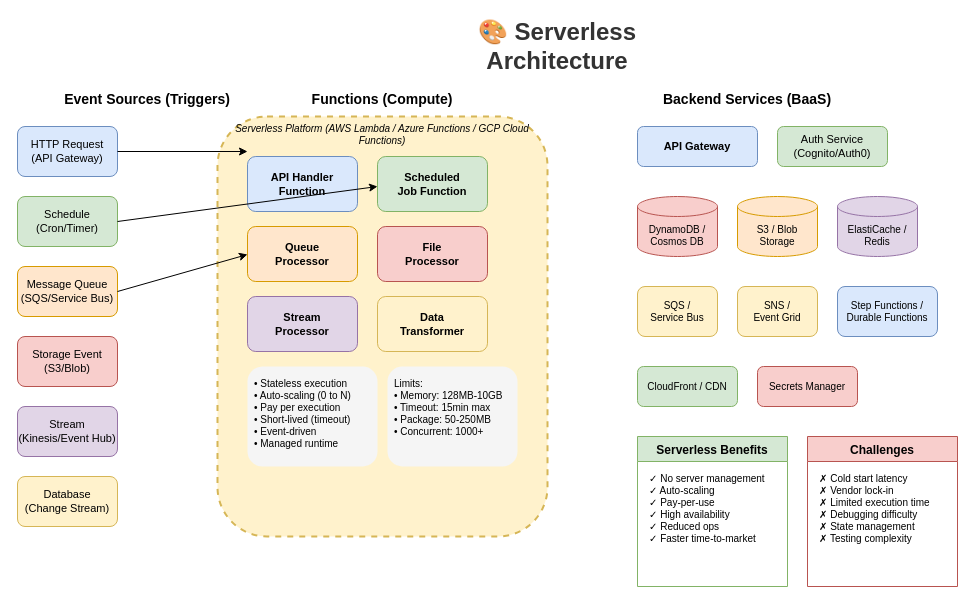
Earlier version of the draw.io diagram lesson-01-software-design-architecture/diagrams/2.4-serverless-architecture.drawio (MrParkerZ7/document-lesson-software-architect-x-claude). Source tidied: cells renumbered, new cells numbered last; positions are measured from the earlier drawing's top-left corner, leaving out a move shared by most shapes. Both pictures are drawn from the tidied source at 100%, with x=0, y=0 at pixel (17, 26).
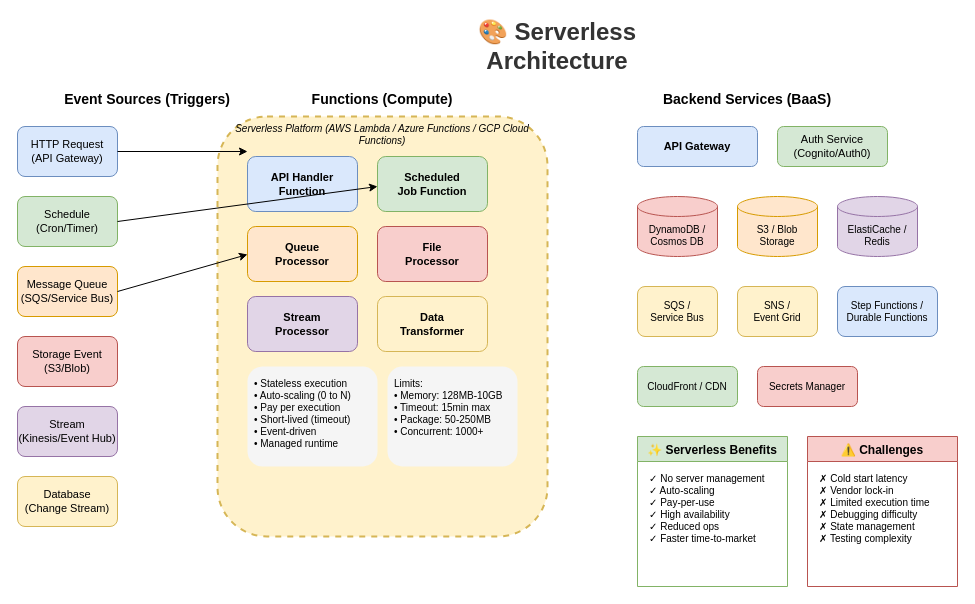
The same page after the edit.

The edit, as a diff of the source:
```diff
@@
-    <mxCell id="35" value="Serverless Benefits" style="swimlane;fontStyle=1;align=center;verticalAlign=top;horizontal=1;startSize=25;fillColor=#d5e8d4;strokeColor=#82b366;" parent="1" vertex="1">
+    <mxCell id="35" value="✨ Serverless Benefits" style="swimlane;fontStyle=1;align=center;verticalAlign=top;horizontal=1;startSize=25;fillColor=#d5e8d4;strokeColor=#82b366;" parent="1" vertex="1">
       <mxGeometry x="620" y="410" width="150" height="150" as="geometry" />
     </mxCell>
@@
-    <mxCell id="37" value="Challenges" style="swimlane;fontStyle=1;align=center;verticalAlign=top;horizontal=1;startSize=25;fillColor=#f8cecc;strokeColor=#b85450;" parent="1" vertex="1">
+    <mxCell id="37" value="⚠️ Challenges" style="swimlane;fontStyle=1;align=center;verticalAlign=top;horizontal=1;startSize=25;fillColor=#f8cecc;strokeColor=#b85450;" parent="1" vertex="1">
       <mxGeometry x="790" y="410" width="150" height="150" as="geometry" />
     </mxCell>
```
